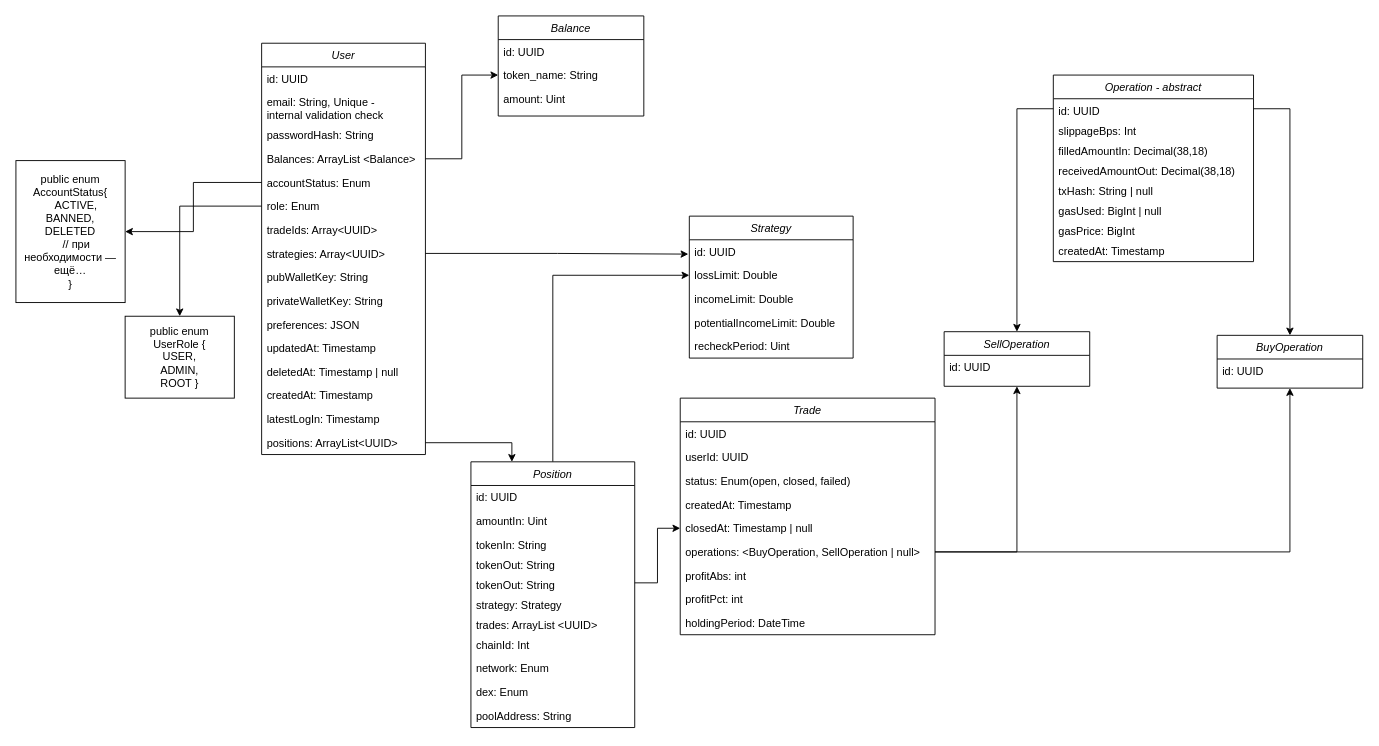
This is docs/backend/diagramms/Klassendiagramm_MMM.drawio from MassiveMarketManager/MassiveMarketManager-MMM, a draw.io file, before an edit. Source tidied: cells renumbered, new cells numbered last; positions are measured from the earlier drawing's top-left corner, leaving out a move shared by most shapes. Both pictures are drawn from the tidied source at 91%, with x=0, y=0 at pixel (15, 15).
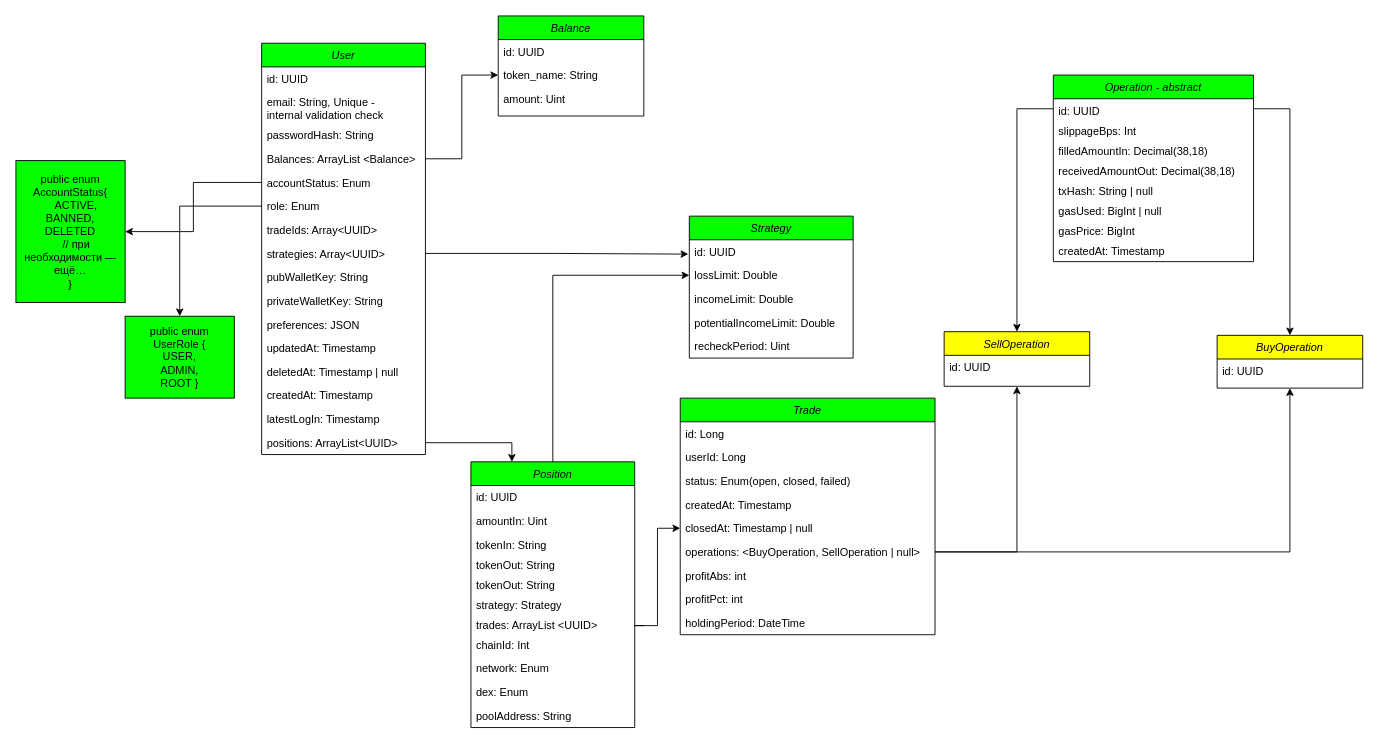
After the change.

Commit message:
docs: update class diagram with color and type changes

Added fill colors to several entities for improved visual distinction. Changed 'id' and 'userId' types in the Trade class from UUID to Long to reflect updated data model.

Unchanged cells that the change refers to:
```xml
<mxCell id="28" value="closedAt: Timestamp | null" style="text;align=left;verticalAlign=top;spacingLeft=4;spacingRight=4;overflow=hidden;points=[[0,0.5],[1,0.5]];portConstraint=eastwest;" parent="23" vertex="1">
  <mxGeometry y="130" width="280" height="26" as="geometry" />
</mxCell>
<mxCell id="68" value="tokenOut: String" style="text;align=left;verticalAlign=top;spacingLeft=4;spacingRight=4;overflow=hidden;points=[[0,0.5],[1,0.5]];portConstraint=eastwest;" parent="63" vertex="1">
  <mxGeometry y="122" width="180" height="22" as="geometry" />
</mxCell>
```

The edit, as a diff of the source:
```diff
@@
-    <mxCell id="2" value="User" style="swimlane;fontStyle=2;align=center;verticalAlign=top;horizontal=1;startSize=26;rounded=0;shadow=0;strokeWidth=1;" parent="1" vertex="1">
+    <mxCell id="2" value="User" style="swimlane;fontStyle=2;align=center;verticalAlign=top;horizontal=1;startSize=26;rounded=0;shadow=0;strokeWidth=1;fillColor=#00FF00;" parent="1" vertex="1">
       <mxGeometry x="270" y="30" width="180" height="452" as="geometry" />
     </mxCell>
@@
-    <mxCell id="19" value="&lt;span style=&quot;text-align: left;&quot;&gt;public enum AccountStatus{&lt;/span&gt;&lt;br style=&quot;text-align: left;&quot;&gt;&lt;span style=&quot;text-align: left;&quot;&gt;&amp;nbsp; &amp;nbsp; ACTIVE,&lt;/span&gt;&lt;div&gt;BANNED,&lt;/div&gt;&lt;div&gt;&lt;div style=&quot;text-align: center;&quot;&gt;DELETED&lt;/div&gt;&lt;span style=&quot;text-align: left;&quot;&gt;&amp;nbsp; &amp;nbsp; // при необходимости — ещё…&lt;/span&gt;&lt;br style=&quot;text-align: left;&quot;&gt;&lt;span style=&quot;text-align: left;&quot;&gt;}&lt;/span&gt;&lt;/div&gt;" style="rounded=0;whiteSpace=wrap;html=1;" parent="1" vertex="1">
+    <mxCell id="19" value="&lt;span style=&quot;text-align: left;&quot;&gt;public enum AccountStatus{&lt;/span&gt;&lt;br style=&quot;text-align: left;&quot;&gt;&lt;span style=&quot;text-align: left;&quot;&gt;&amp;nbsp; &amp;nbsp; ACTIVE,&lt;/span&gt;&lt;div&gt;BANNED,&lt;/div&gt;&lt;div&gt;&lt;div style=&quot;text-align: center;&quot;&gt;DELETED&lt;/div&gt;&lt;span style=&quot;text-align: left;&quot;&gt;&amp;nbsp; &amp;nbsp; // при необходимости — ещё…&lt;/span&gt;&lt;br style=&quot;text-align: left;&quot;&gt;&lt;span style=&quot;text-align: left;&quot;&gt;}&lt;/span&gt;&lt;/div&gt;" style="rounded=0;whiteSpace=wrap;html=1;fillColor=#05FF00;" parent="1" vertex="1">
       <mxGeometry y="159" width="120" height="156" as="geometry" />
     </mxCell>
@@
-    <mxCell id="21" value="public enum UserRole {&lt;div&gt;USER,&lt;/div&gt;&lt;div&gt;ADMIN,&lt;/div&gt;&lt;div&gt;ROOT }&lt;/div&gt;" style="rounded=0;whiteSpace=wrap;html=1;" parent="1" vertex="1">
+    <mxCell id="21" value="public enum UserRole {&lt;div&gt;USER,&lt;/div&gt;&lt;div&gt;ADMIN,&lt;/div&gt;&lt;div&gt;ROOT }&lt;/div&gt;" style="rounded=0;whiteSpace=wrap;html=1;fillColor=#05FF00;" parent="1" vertex="1">
       <mxGeometry x="120" y="330" width="120" height="90" as="geometry" />
     </mxCell>
@@
-    <mxCell id="23" value="Trade" style="swimlane;fontStyle=2;align=center;verticalAlign=top;horizontal=1;startSize=26;rounded=0;shadow=0;strokeWidth=1;" parent="1" vertex="1">
+    <mxCell id="23" value="Trade" style="swimlane;fontStyle=2;align=center;verticalAlign=top;horizontal=1;startSize=26;rounded=0;shadow=0;strokeWidth=1;fillColor=#05FF00;" parent="1" vertex="1">
       <mxGeometry x="730" y="420" width="280" height="260" as="geometry" />
     </mxCell>
-    <mxCell id="24" value="id: UUID" style="text;align=left;verticalAlign=top;spacingLeft=4;spacingRight=4;overflow=hidden;" parent="23" vertex="1">
+    <mxCell id="24" value="id: Long" style="text;align=left;verticalAlign=top;spacingLeft=4;spacingRight=4;overflow=hidden;" parent="23" vertex="1">
       <mxGeometry y="26" width="280" height="26" as="geometry" />
     </mxCell>
-    <mxCell id="25" value="userId: UUID" style="text;align=left;verticalAlign=top;spacingLeft=4;spacingRight=4;overflow=hidden;" parent="23" vertex="1">
+    <mxCell id="25" value="userId: Long" style="text;align=left;verticalAlign=top;spacingLeft=4;spacingRight=4;overflow=hidden;" parent="23" vertex="1">
       <mxGeometry y="52" width="280" height="26" as="geometry" />
     </mxCell>
@@
-    <mxCell id="33" value="Strategy" style="swimlane;fontStyle=2;align=center;verticalAlign=top;horizontal=1;startSize=26;rounded=0;shadow=0;strokeWidth=1;" parent="1" vertex="1">
+    <mxCell id="33" value="Strategy" style="swimlane;fontStyle=2;align=center;verticalAlign=top;horizontal=1;startSize=26;rounded=0;shadow=0;strokeWidth=1;fillColor=#05FF00;" parent="1" vertex="1">
       <mxGeometry x="740" y="220" width="180" height="156" as="geometry" />
     </mxCell>
@@
-    <mxCell id="40" value="Balance" style="swimlane;fontStyle=2;align=center;verticalAlign=top;horizontal=1;startSize=26;rounded=0;shadow=0;strokeWidth=1;" parent="1" vertex="1">
+    <mxCell id="40" value="Balance" style="swimlane;fontStyle=2;align=center;verticalAlign=top;horizontal=1;startSize=26;rounded=0;shadow=0;strokeWidth=1;fillColor=#05FF00;" parent="1" vertex="1">
       <mxGeometry x="530" width="160" height="110" as="geometry" />
     </mxCell>
@@
-    <mxCell id="45" value="Operation - abstract" style="swimlane;fontStyle=2;align=center;verticalAlign=top;horizontal=1;startSize=26;rounded=0;shadow=0;strokeWidth=1;" parent="1" vertex="1">
+    <mxCell id="45" value="Operation - abstract" style="swimlane;fontStyle=2;align=center;verticalAlign=top;horizontal=1;startSize=26;rounded=0;shadow=0;strokeWidth=1;fillColor=#05FF00;" parent="1" vertex="1">
       <mxGeometry x="1140" y="65" width="220" height="205" as="geometry" />
     </mxCell>
@@
-    <mxCell id="54" value="SellOperation" style="swimlane;fontStyle=2;align=center;verticalAlign=top;horizontal=1;startSize=26;rounded=0;shadow=0;strokeWidth=1;" parent="1" vertex="1">
+    <mxCell id="54" value="SellOperation" style="swimlane;fontStyle=2;align=center;verticalAlign=top;horizontal=1;startSize=26;rounded=0;shadow=0;strokeWidth=1;fillColor=#FFFF00;" parent="1" vertex="1">
       <mxGeometry x="1020" y="347" width="160" height="60" as="geometry" />
     </mxCell>
@@
-    <mxCell id="56" value="BuyOperation" style="swimlane;fontStyle=2;align=center;verticalAlign=top;horizontal=1;startSize=26;rounded=0;shadow=0;strokeWidth=1;" parent="1" vertex="1">
+    <mxCell id="56" value="BuyOperation" style="swimlane;fontStyle=2;align=center;verticalAlign=top;horizontal=1;startSize=26;rounded=0;shadow=0;strokeWidth=1;fillColor=#FFFF00;" parent="1" vertex="1">
       <mxGeometry x="1320" y="351" width="160" height="58" as="geometry" />
     </mxCell>
@@
-    <mxCell id="63" value="Position" style="swimlane;fontStyle=2;align=center;verticalAlign=top;horizontal=1;startSize=26;rounded=0;shadow=0;strokeWidth=1;" parent="1" vertex="1">
+    <mxCell id="63" value="Position" style="swimlane;fontStyle=2;align=center;verticalAlign=top;horizontal=1;startSize=26;rounded=0;shadow=0;strokeWidth=1;fillColor=#05FF00;" parent="1" vertex="1">
       <mxGeometry x="500" y="490" width="180" height="292" as="geometry" />
     </mxCell>
@@
-    <mxCell id="76" style="edgeStyle=orthogonalEdgeStyle;rounded=0;jettySize=auto;html=1;exitX=1;exitY=0.5;exitDx=0;exitDy=0;entryX=0;entryY=0.5;entryDx=0;entryDy=0;" parent="1" edge="1" source="68" target="28">
-      <mxGeometry relative="1" as="geometry" />
+    <mxCell id="76" style="edgeStyle=orthogonalEdgeStyle;rounded=0;jettySize=auto;html=1;entryX=0;entryY=0.5;entryDx=0;entryDy=0;" parent="1" edge="1" target="28">
+      <mxGeometry relative="1" as="geometry">
+        <mxPoint x="690" y="670" as="sourcePoint" />
+        <Array as="points">
+          <mxPoint x="680" y="670" />
+          <mxPoint x="705" y="670" />
+          <mxPoint x="705" y="563" />
+        </Array>
+      </mxGeometry>
     </mxCell>
```
